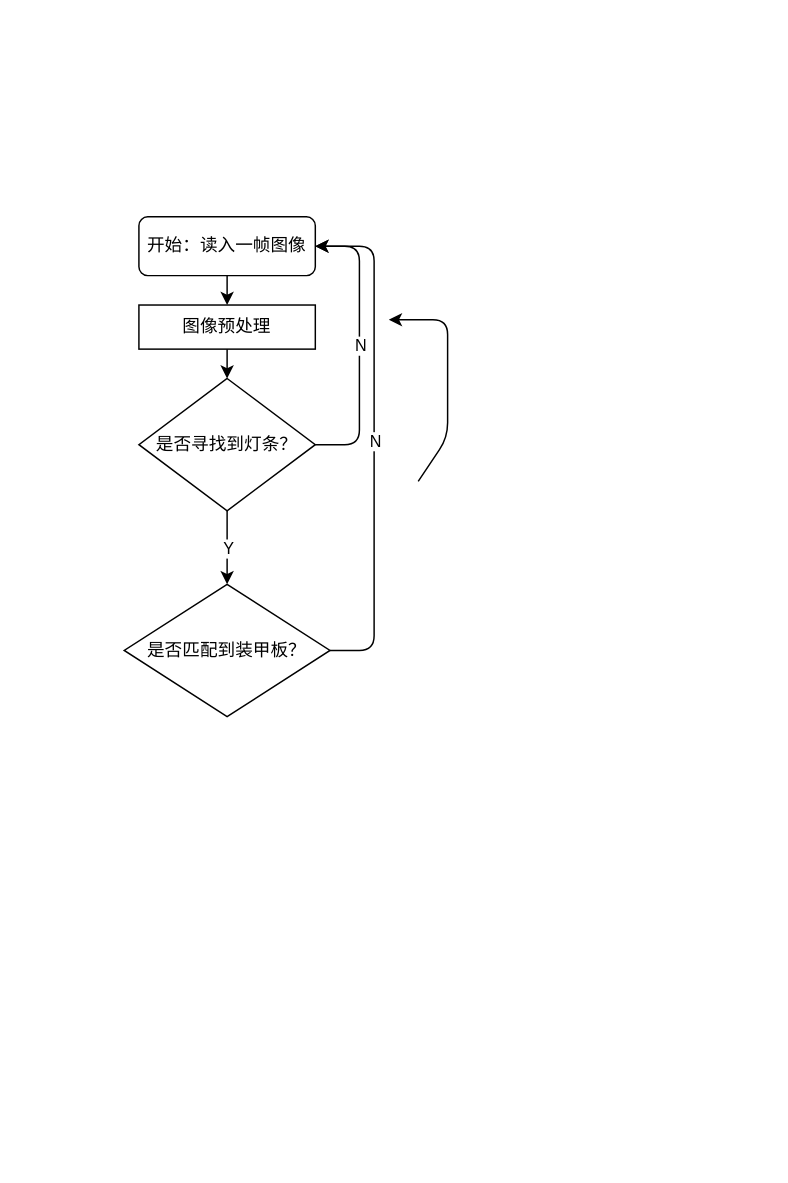
Earlier version of the draw.io diagram Untitled Diagram.drawio (XIADENGMA/blog). Source tidied: cells renumbered, new cells numbered last; positions are measured from the earlier drawing's top-left corner, leaving out a move shared by most shapes. Both pictures are drawn from the tidied source at 147%, with x=0, y=0 at pixel (123, 216).
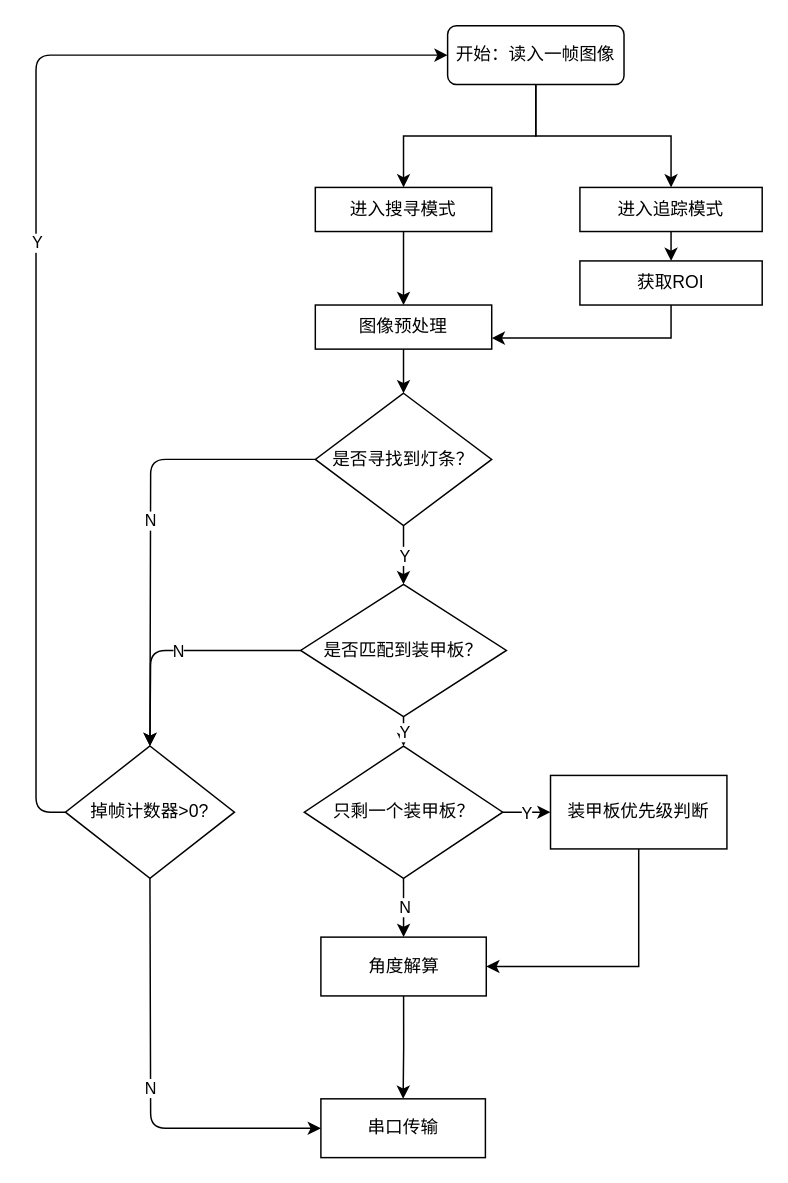
The same page after the edit.

Diff of the diagram source:
```diff
@@
-<mxGraphModel>
+<mxGraphModel background="#ffffff">
@@
-    <mxCell id="2" style="endArrow=classic;html=1;exitX=1;exitY=0.5;exitDx=0;exitDy=0;entryX=1;entryY=0.5;entryDx=0;entryDy=0;" parent="1" edge="1">
-      <mxGeometry relative="1" as="geometry">
-        <mxPoint x="200" y="180" as="sourcePoint" />
-        <mxPoint x="180" y="70" as="targetPoint" />
-        <Array as="points">
-          <mxPoint x="220" y="150" />
-          <mxPoint x="220" y="70" />
-        </Array>
-      </mxGeometry>
-    </mxCell>
+    <mxCell id="16" style="edgeStyle=orthogonalEdgeStyle;rounded=0;jettySize=auto;html=1;exitX=0.5;exitY=1;exitDx=0;exitDy=0;entryX=0.5;entryY=0;entryDx=0;entryDy=0;" parent="1" edge="1" source="3" target="34">
+      <mxGeometry relative="1" as="geometry" />
+    </mxCell>
+    <mxCell id="17" style="edgeStyle=orthogonalEdgeStyle;rounded=0;jettySize=auto;html=1;exitX=0.5;exitY=1;exitDx=0;exitDy=0;entryX=0.5;entryY=0;entryDx=0;entryDy=0;" parent="1" edge="1" source="3" target="19">
+      <mxGeometry relative="1" as="geometry" />
+    </mxCell>
     <mxCell id="3" value="开始：读入一帧图像" style="rounded=1;whiteSpace=wrap;html=1;" parent="1" vertex="1">
-      <mxGeometry x="10" width="120" height="40" as="geometry" />
+      <mxGeometry x="220" y="-130" width="120" height="40" as="geometry" />
     </mxCell>
     <mxCell id="4" value="图像预处理" style="rounded=0;whiteSpace=wrap;html=1;" parent="1" vertex="1">
-      <mxGeometry x="10" y="60" width="120" height="30" as="geometry" />
+      <mxGeometry x="130" y="60" width="120" height="30" as="geometry" />
     </mxCell>
@@
-    <mxCell id="6" style="endArrow=classic;html=1;exitX=0.5;exitY=1;exitDx=0;exitDy=0;entryX=0.5;entryY=0;entryDx=0;entryDy=0;" parent="1" edge="1" source="3" target="4">
-      <mxGeometry relative="1" as="geometry" />
-    </mxCell>
     <mxCell id="7" value="是否寻找到灯条？" style="rhombus;whiteSpace=wrap;html=1;" parent="1" vertex="1">
-      <mxGeometry x="10" y="110" width="120" height="90" as="geometry" />
+      <mxGeometry x="130" y="120" width="120" height="90" as="geometry" />
     </mxCell>
@@
-    <mxCell id="9" style="endArrow=classic;html=1;exitX=1;exitY=0.5;exitDx=0;exitDy=0;entryX=1;entryY=0.5;entryDx=0;entryDy=0;" parent="1" edge="1" source="7" target="3">
-      <mxGeometry relative="1" as="geometry">
-        <Array as="points">
-          <mxPoint x="160" y="155" />
-          <mxPoint x="160" y="20" />
-        </Array>
-      </mxGeometry>
-    </mxCell>
-    <mxCell id="10" value="N" style="edgeLabel;html=1;align=center;verticalAlign=middle;" parent="9" vertex="1">
-      <mxGeometry relative="1" as="geometry" />
-    </mxCell>
     <mxCell id="11" value="是否匹配到装甲板？" style="rhombus;whiteSpace=wrap;html=1;" parent="1" vertex="1">
-      <mxGeometry y="250" width="140" height="90" as="geometry" />
+      <mxGeometry x="120" y="250" width="140" height="90" as="geometry" />
     </mxCell>
@@
-    <mxCell id="14" style="endArrow=classic;html=1;exitX=1;exitY=0.5;exitDx=0;exitDy=0;" parent="1" edge="1" source="11">
-      <mxGeometry relative="1" as="geometry">
-        <mxPoint x="130" y="20" as="targetPoint" />
-        <Array as="points">
-          <mxPoint x="170" y="295" />
-          <mxPoint x="170" y="20" />
-        </Array>
-      </mxGeometry>
-    </mxCell>
-    <mxCell id="15" value="N" style="edgeLabel;html=1;align=center;verticalAlign=middle;" parent="14" vertex="1">
-      <mxGeometry relative="1" as="geometry" />
-    </mxCell>
+    <mxCell id="18" style="edgeStyle=orthogonalEdgeStyle;rounded=0;jettySize=auto;html=1;exitX=0.5;exitY=1;exitDx=0;exitDy=0;entryX=0.5;entryY=0;entryDx=0;entryDy=0;" parent="1" edge="1" source="19" target="4">
+      <mxGeometry relative="1" as="geometry" />
+    </mxCell>
+    <mxCell id="19" value="进入搜寻模式" style="rounded=0;whiteSpace=wrap;html=1;" parent="1" vertex="1">
+      <mxGeometry x="130" y="-20" width="120" height="30" as="geometry" />
+    </mxCell>
+    <mxCell id="20" style="edgeStyle=orthogonalEdgeStyle;rounded=0;orthogonalLoop=1;jettySize=auto;html=1;exitX=0.5;exitY=1;exitDx=0;exitDy=0;" parent="1" edge="1" source="19" target="19">
+      <mxGeometry relative="1" as="geometry" />
+    </mxCell>
+    <mxCell id="21" value="只剩一个装甲板？" style="rhombus;whiteSpace=wrap;html=1;" parent="1" vertex="1">
+      <mxGeometry x="122.5" y="360" width="135" height="90" as="geometry" />
+    </mxCell>
+    <mxCell id="22" style="edgeStyle=orthogonalEdgeStyle;rounded=0;jettySize=auto;html=1;exitX=0.5;exitY=1;exitDx=0;exitDy=0;entryX=1;entryY=0.5;entryDx=0;entryDy=0;" parent="1" edge="1" source="23" target="31">
+      <mxGeometry relative="1" as="geometry" />
+    </mxCell>
+    <mxCell id="23" value="装甲板优先级判断" style="rounded=0;whiteSpace=wrap;html=1;" parent="1" vertex="1">
+      <mxGeometry x="290" y="380" width="120" height="50" as="geometry" />
+    </mxCell>
+    <mxCell id="24" style="endArrow=classic;html=1;entryX=0;entryY=0.5;entryDx=0;entryDy=0;exitX=1;exitY=0.5;exitDx=0;exitDy=0;" parent="1" edge="1" source="21" target="23">
+      <mxGeometry relative="1" as="geometry" />
+    </mxCell>
+    <mxCell id="25" value="Y" style="edgeLabel;html=1;align=center;verticalAlign=middle;" parent="24" vertex="1">
+      <mxGeometry relative="1" as="geometry" />
+    </mxCell>
+    <mxCell id="26" style="endArrow=classic;html=1;entryX=0.5;entryY=0;entryDx=0;entryDy=0;exitX=0.5;exitY=1;exitDx=0;exitDy=0;" parent="1" edge="1" source="21" target="31">
+      <mxGeometry relative="1" as="geometry" />
+    </mxCell>
+    <mxCell id="27" value="N" style="edgeLabel;html=1;align=center;verticalAlign=middle;" parent="26" vertex="1">
+      <mxGeometry relative="1" as="geometry" />
+    </mxCell>
+    <mxCell id="28" style="endArrow=classic;html=1;exitX=0.5;exitY=1;exitDx=0;exitDy=0;entryX=0.5;entryY=0;entryDx=0;entryDy=0;" parent="1" edge="1" source="11" target="21">
+      <mxGeometry relative="1" as="geometry" />
+    </mxCell>
+    <mxCell id="29" value="Y" style="edgeLabel;html=1;align=center;verticalAlign=middle;" parent="28" vertex="1">
+      <mxGeometry relative="1" as="geometry" />
+    </mxCell>
+    <mxCell id="30" style="edgeStyle=orthogonalEdgeStyle;rounded=0;jettySize=auto;html=1;exitX=0.5;exitY=1;exitDx=0;exitDy=0;entryX=0.5;entryY=0;entryDx=0;entryDy=0;" parent="1" edge="1" source="31" target="32">
+      <mxGeometry relative="1" as="geometry" />
+    </mxCell>
+    <mxCell id="31" value="角度解算" style="rounded=0;whiteSpace=wrap;html=1;" parent="1" vertex="1">
+      <mxGeometry x="133.8" y="490" width="112.5" height="40" as="geometry" />
+    </mxCell>
+    <mxCell id="32" value="串口传输" style="rounded=0;whiteSpace=wrap;html=1;" parent="1" vertex="1">
+      <mxGeometry x="133.8" y="600" width="111.9" height="40" as="geometry" />
+    </mxCell>
+    <mxCell id="33" style="edgeStyle=orthogonalEdgeStyle;rounded=0;jettySize=auto;html=1;exitX=0.5;exitY=1;exitDx=0;exitDy=0;entryX=0.5;entryY=0;entryDx=0;entryDy=0;" parent="1" edge="1" source="34" target="36">
+      <mxGeometry relative="1" as="geometry" />
+    </mxCell>
+    <mxCell id="34" value="进入追踪模式" style="rounded=0;whiteSpace=wrap;html=1;" parent="1" vertex="1">
+      <mxGeometry x="310" y="-20" width="124" height="30" as="geometry" />
+    </mxCell>
+    <mxCell id="35" style="edgeStyle=orthogonalEdgeStyle;rounded=0;jettySize=auto;html=1;exitX=0.5;exitY=1;exitDx=0;exitDy=0;entryX=1;entryY=0.75;entryDx=0;entryDy=0;" parent="1" edge="1" source="36" target="4">
+      <mxGeometry relative="1" as="geometry" />
+    </mxCell>
+    <mxCell id="36" value="获取ROI" style="rounded=0;whiteSpace=wrap;html=1;" parent="1" vertex="1">
+      <mxGeometry x="310" y="30" width="124" height="30" as="geometry" />
+    </mxCell>
+    <mxCell id="37" value="掉帧计数器&amp;gt;0?" style="rhombus;whiteSpace=wrap;html=1;" parent="1" vertex="1">
+      <mxGeometry x="-40" y="360" width="115" height="90" as="geometry" />
+    </mxCell>
+    <mxCell id="38" style="endArrow=classic;html=1;entryX=0.5;entryY=0;entryDx=0;entryDy=0;exitX=0;exitY=0.5;exitDx=0;exitDy=0;" parent="1" edge="1" source="7" target="37">
+      <mxGeometry relative="1" as="geometry">
+        <Array as="points">
+          <mxPoint x="18" y="165" />
+        </Array>
+      </mxGeometry>
+    </mxCell>
+    <mxCell id="39" value="N" style="edgeLabel;html=1;align=center;verticalAlign=middle;" parent="38" vertex="1">
+      <mxGeometry relative="1" as="geometry" />
+    </mxCell>
+    <mxCell id="40" style="endArrow=classic;html=1;entryX=0.5;entryY=0;entryDx=0;entryDy=0;exitX=0;exitY=0.5;exitDx=0;exitDy=0;" parent="1" edge="1" source="11" target="37">
+      <mxGeometry relative="1" as="geometry">
+        <Array as="points">
+          <mxPoint x="18" y="295" />
+        </Array>
+      </mxGeometry>
+    </mxCell>
+    <mxCell id="41" value="N" style="edgeLabel;html=1;align=center;verticalAlign=middle;" parent="40" vertex="1">
+      <mxGeometry relative="1" as="geometry" />
+    </mxCell>
+    <mxCell id="42" style="endArrow=classic;html=1;exitX=0.5;exitY=1;exitDx=0;exitDy=0;entryX=0;entryY=0.5;entryDx=0;entryDy=0;" parent="1" edge="1" source="37" target="32">
+      <mxGeometry relative="1" as="geometry">
+        <Array as="points">
+          <mxPoint x="18" y="620" />
+        </Array>
+      </mxGeometry>
+    </mxCell>
+    <mxCell id="43" value="N" style="edgeLabel;html=1;align=center;verticalAlign=middle;" parent="42" vertex="1">
+      <mxGeometry relative="1" as="geometry" />
+    </mxCell>
+    <mxCell id="44" style="endArrow=classic;html=1;exitX=0;exitY=0.5;exitDx=0;exitDy=0;entryX=0;entryY=0.5;entryDx=0;entryDy=0;" parent="1" edge="1" source="37" target="3">
+      <mxGeometry relative="1" as="geometry">
+        <Array as="points">
+          <mxPoint x="-60" y="405" />
+          <mxPoint x="-60" y="-110" />
+        </Array>
+      </mxGeometry>
+    </mxCell>
+    <mxCell id="45" value="Y" style="edgeLabel;html=1;align=center;verticalAlign=middle;" parent="44" vertex="1">
+      <mxGeometry relative="1" as="geometry" />
+    </mxCell>
```
